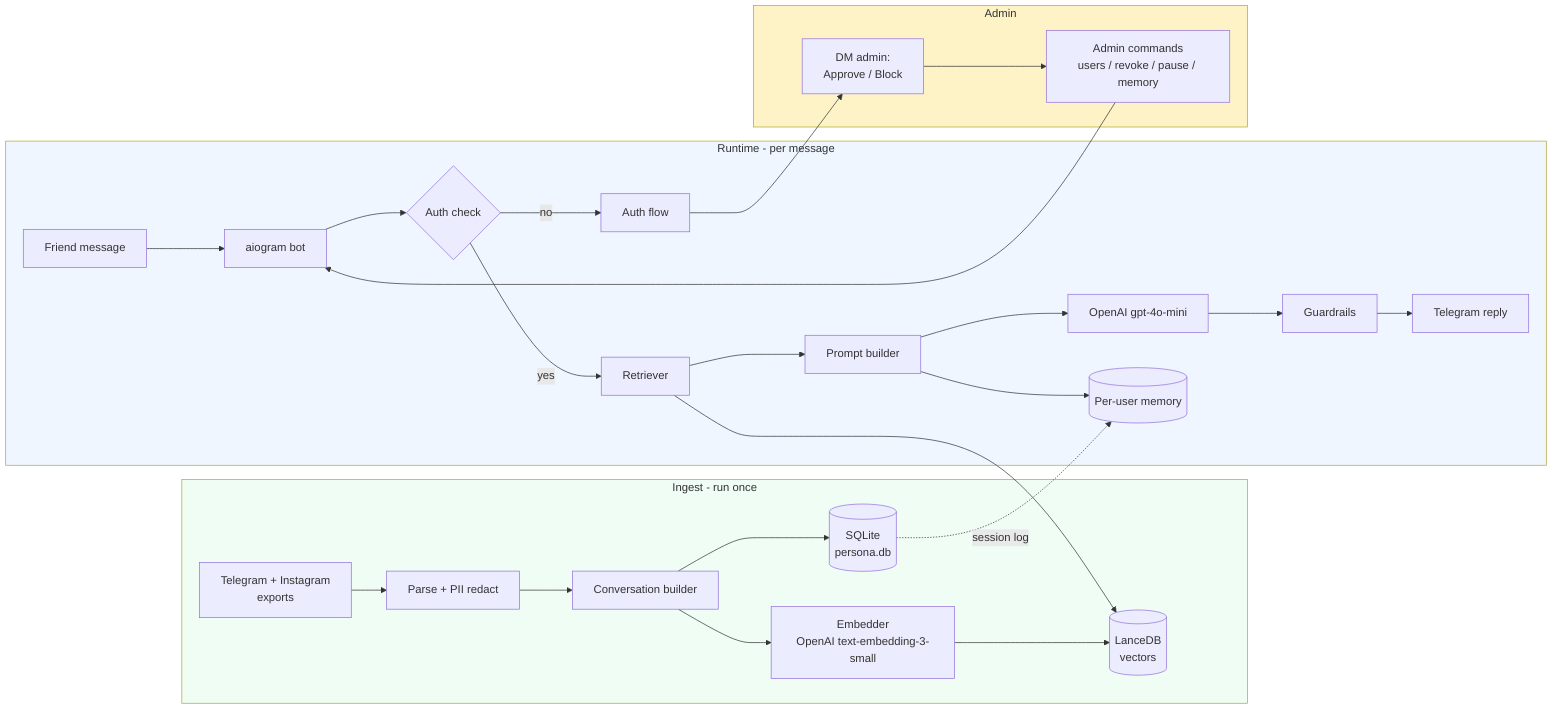
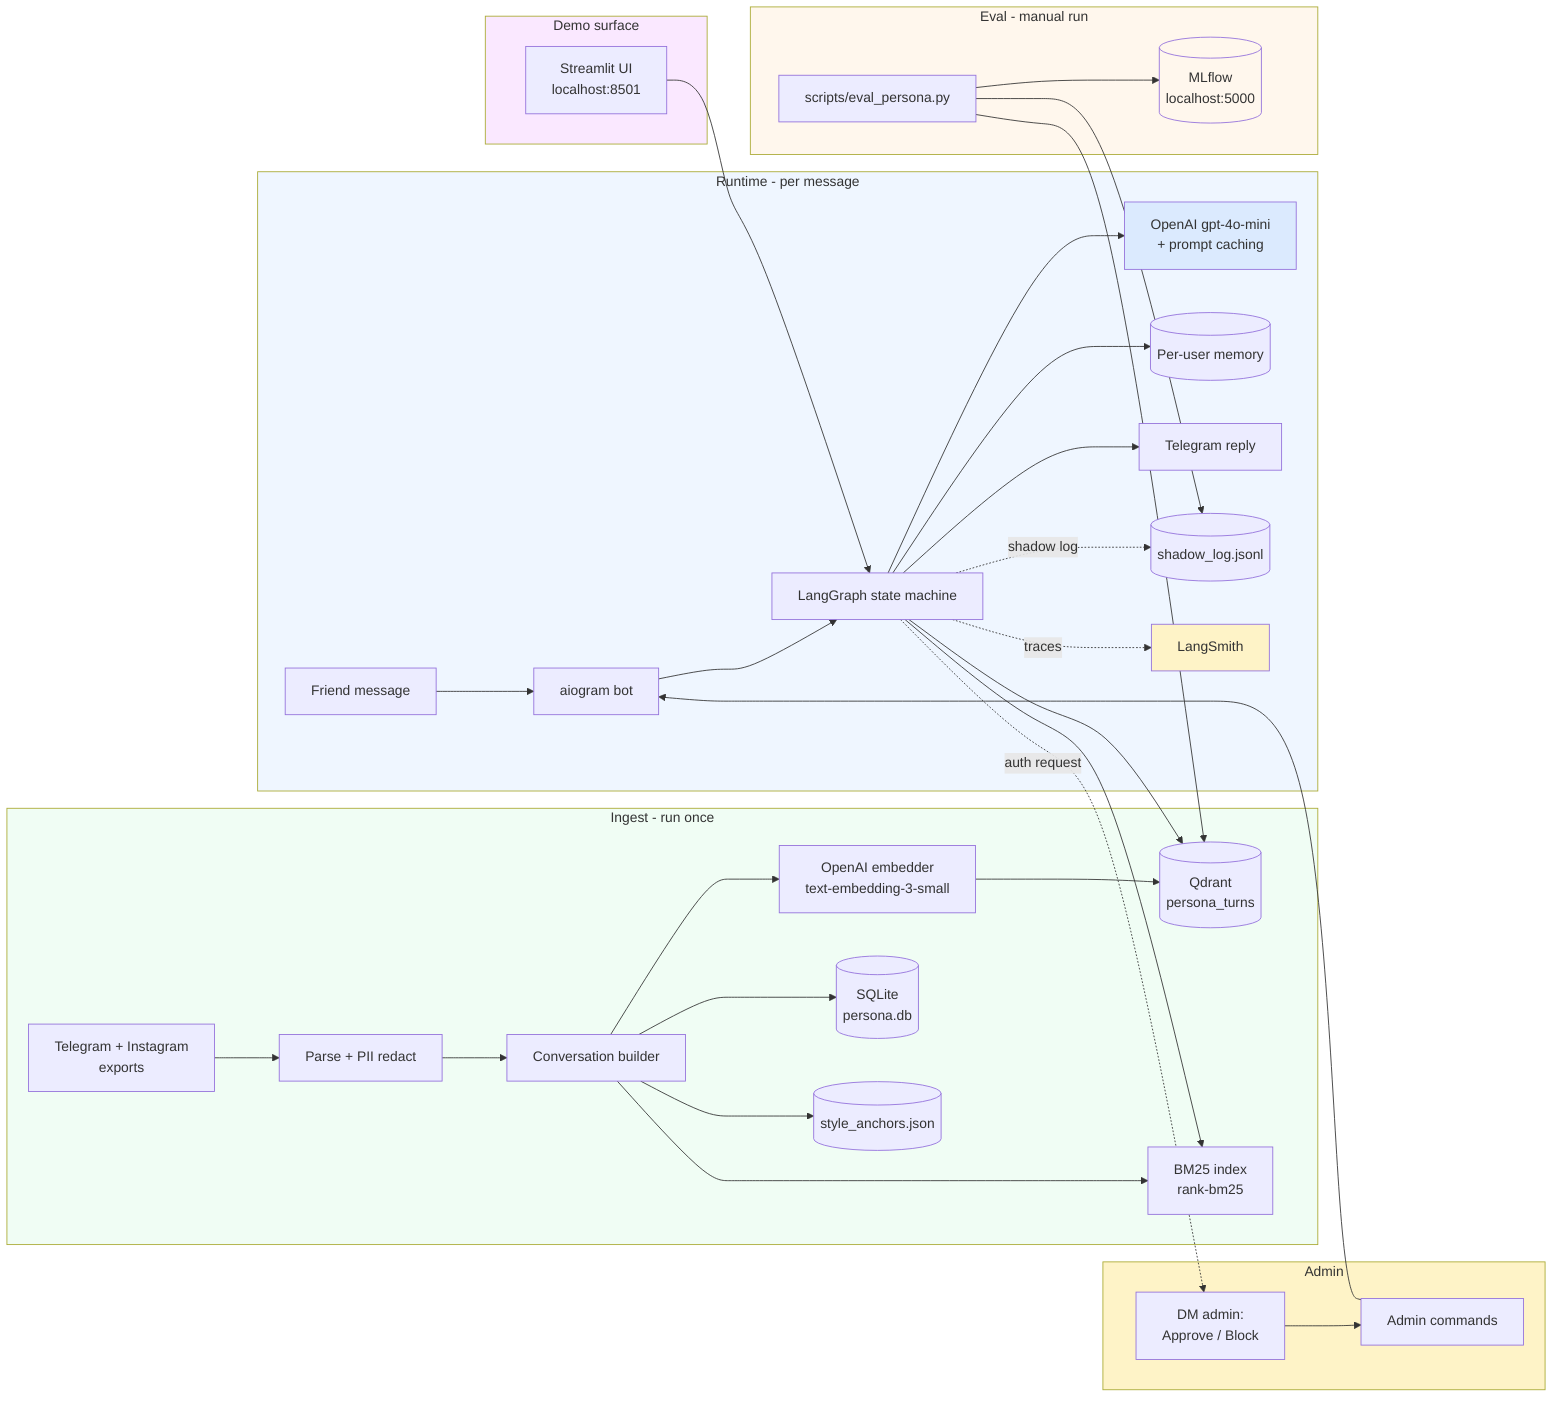
flowchart LR
    subgraph Ingest[Ingest - run once]
        A[Telegram + Instagram<br/>exports] --> B[Parse + PII redact]
        B --> C[Conversation builder]
-         C --> D[Embedder<br/>OpenAI text-embedding-3-small]
-         D --> E[(LanceDB<br/>vectors)]
+         C --> D[OpenAI embedder<br/>text-embedding-3-small]
+         D --> E[(Qdrant<br/>persona_turns)]
+         C --> BM[BM25 index<br/>rank-bm25]
        C --> F[(SQLite<br/>persona.db)]
+         C --> SA[(style_anchors.json)]
    end

    subgraph Runtime[Runtime - per message]
        G[Friend message] --> H[aiogram bot]
-         H --> I{Auth check}
-         I -- no --> J[Auth flow]
-         I -- yes --> K[Retriever]
-         K --> E
-         K --> L[Prompt builder]
-         L --> M[OpenAI gpt-4o-mini]
-         L --> N[(Per-user memory)]
-         M --> O[Guardrails]
-         O --> P[Telegram reply]
+         H --> LG[LangGraph state machine]
+         LG --> E
+         LG --> BM
+         LG --> L[OpenAI gpt-4o-mini<br/>+ prompt caching]
+         LG --> N[(Per-user memory)]
+         LG --> O[Telegram reply]
+         LG -.shadow log.-> SL[(shadow_log.jsonl)]
+         LG -.traces.-> LS[LangSmith]
    end

    subgraph Admin[Admin]
-         Q[Admin commands<br/>users / revoke / pause / memory] --> H
-         J --> R[DM admin:<br/>Approve / Block]
+         Q[Admin commands] --> H
+         LG -.auth request.-> R[DM admin:<br/>Approve / Block]
        R --> Q
    end

-     F -.session log.-> N
+     subgraph Demo[Demo surface]
+         ST[Streamlit UI<br/>localhost:8501] --> LG
+     end
+ 
+     subgraph Eval[Eval - manual run]
+         EV[scripts/eval_persona.py] --> E
+         EV --> SL
+         EV --> ML[(MLflow<br/>localhost:5000)]
+     end

    style Ingest fill:#f0fdf4
    style Runtime fill:#eff6ff
    style Admin fill:#fef3c7
+     style Demo fill:#fae8ff
+     style Eval fill:#fff7ed
+     style L fill:#dbeafe
+     style LS fill:#fef3c7
+     style ML fill:#fff7ed
